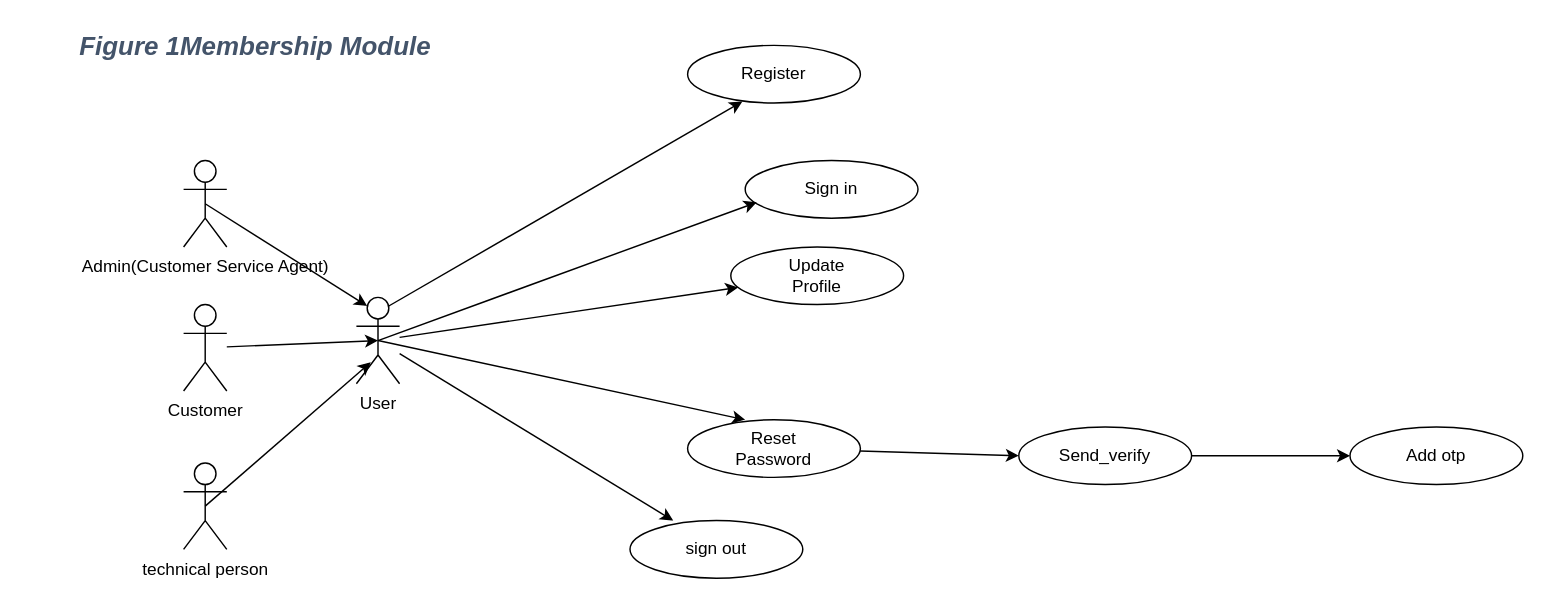
Earlier version of the draw.io diagram figure01.drawio (PG-Dac-Project/PG-DAC-Project). Source tidied: cells renumbered, new cells numbered last; positions are measured from the earlier drawing's top-left corner, leaving out a move shared by most shapes. Both pictures are drawn from the tidied source at 144%, with x=0, y=0 at pixel (24, 30).
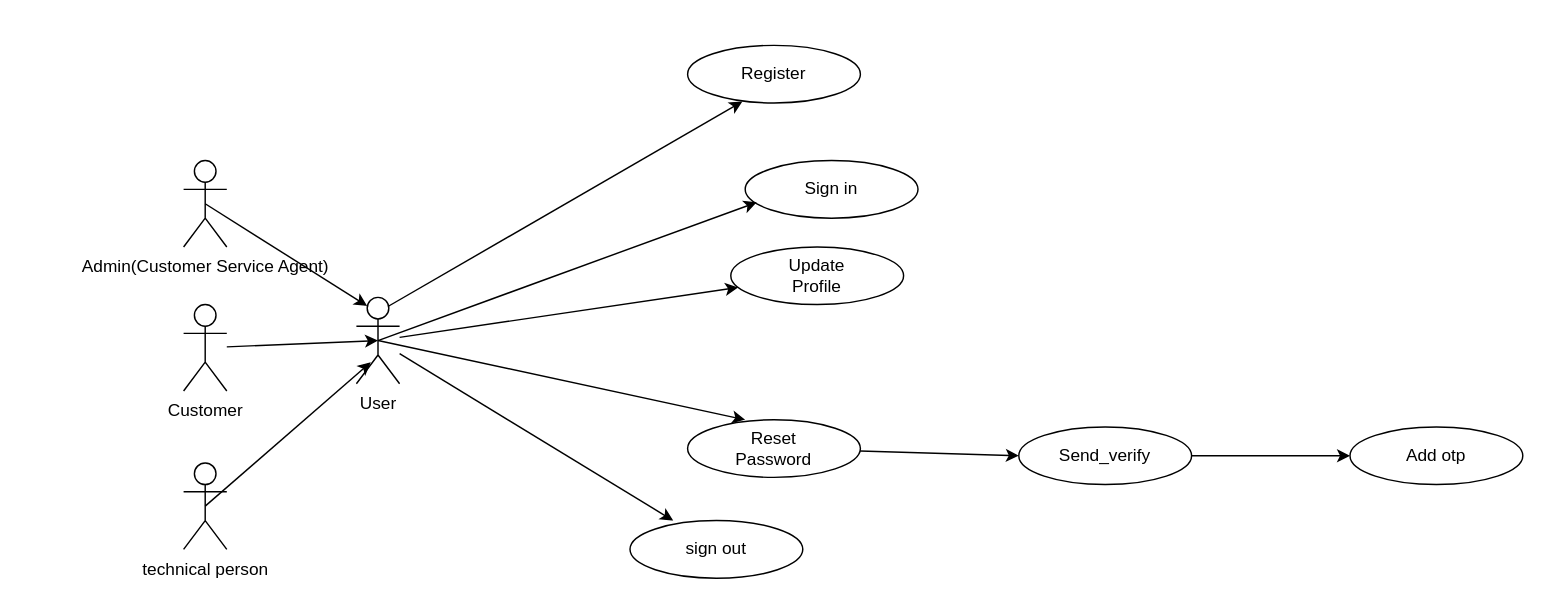
The same diagram, later.

Diff of the diagram source:
```diff
@@
-    <mxCell id="3" value="&lt;h2 style=&quot;line-height: 1px; text-align: left; margin-bottom: 0.35cm; direction: ltr; background: transparent; break-after: avoid;&quot;&gt;&lt;font style=&quot;&quot; color=&quot;#44546a&quot;&gt;&lt;font style=&quot;font-size: 18px;&quot;&gt;&lt;i style=&quot;&quot;&gt;Figure 1Membership Module&lt;/i&gt;&lt;/font&gt;&lt;/font&gt;&lt;/h2&gt;" style="text;html=1;strokeColor=none;fillColor=none;align=center;verticalAlign=middle;whiteSpace=wrap;rounded=0;" parent="1" vertex="1">
-      <mxGeometry width="320" height="20" as="geometry" />
-    </mxCell>
```
